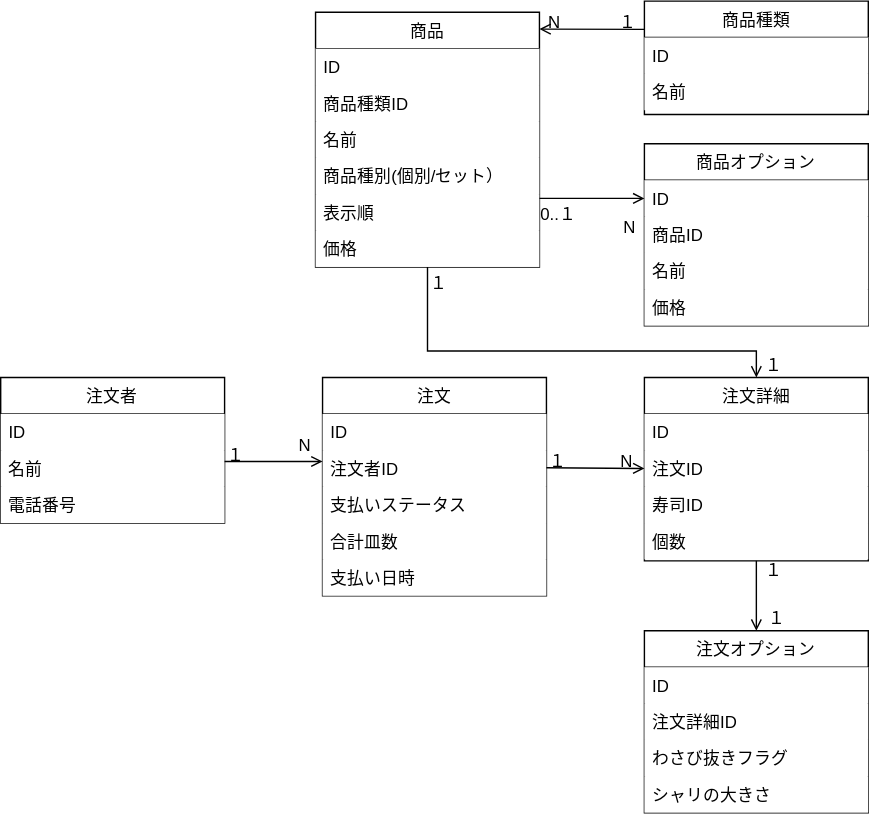
This is DBModel1/課題2.svg from shun57/praha-challenge-task, a draw.io export, as it was before one commit. Source tidied: cells renumbered, new cells last; positions are measured from the earlier drawing's top-left corner, leaving out a move shared by most shapes.
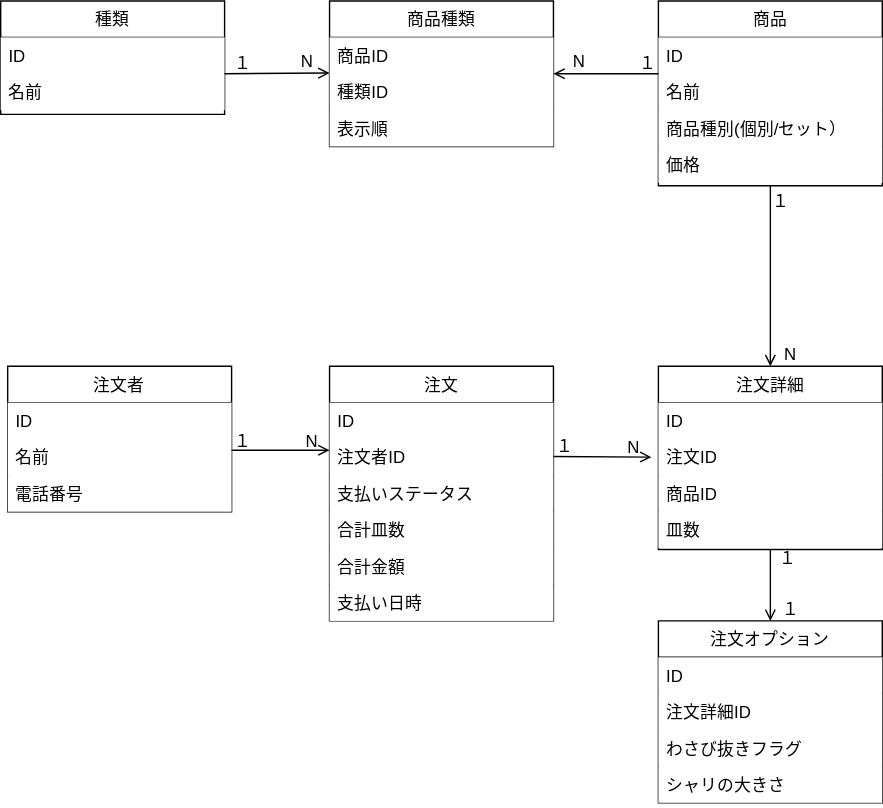
The same file after the commit.

The edit, as a diff of the source:
```diff
@@ -3,7 +3,7 @@
     <mxCell id="0" />
     <mxCell id="1" parent="0" />
     <mxCell id="2" value="注文" style="swimlane;fontStyle=0;align=center;verticalAlign=top;horizontal=1;startSize=26;rounded=0;shadow=0;strokeWidth=1;" parent="1" vertex="1">
-      <mxGeometry x="230" y="269" width="160" height="156" as="geometry" />
+      <mxGeometry x="230" y="269" width="160" height="182" as="geometry" />
     </mxCell>
     <mxCell id="3" value="ID&#10;" style="text;align=left;verticalAlign=top;spacingLeft=4;spacingRight=4;overflow=hidden;fillColor=default;" parent="2" vertex="1">
       <mxGeometry y="26" width="160" height="26" as="geometry" />
@@ -17,32 +17,29 @@
     <mxCell id="6" value="合計皿数&#10;" style="text;align=left;verticalAlign=top;spacingLeft=4;spacingRight=4;overflow=hidden;fillColor=default;" parent="2" vertex="1">
       <mxGeometry y="104" width="160" height="26" as="geometry" />
     </mxCell>
+    <mxCell id="55" value="合計金額" style="text;align=left;verticalAlign=top;spacingLeft=4;spacingRight=4;overflow=hidden;fillColor=default;" parent="2" vertex="1">
+      <mxGeometry y="130" width="160" height="26" as="geometry" />
+    </mxCell>
     <mxCell id="7" value="支払い日時&#10;" style="text;align=left;verticalAlign=top;spacingLeft=4;spacingRight=4;overflow=hidden;fillColor=default;" parent="2" vertex="1">
-      <mxGeometry y="130" width="160" height="26" as="geometry" />
+      <mxGeometry y="156" width="160" height="26" as="geometry" />
     </mxCell>
     <mxCell id="8" value="商品" style="swimlane;fontStyle=0;align=center;verticalAlign=top;horizontal=1;startSize=26;rounded=0;shadow=0;strokeWidth=1;" parent="1" vertex="1">
-      <mxGeometry x="225" y="8" width="160" height="182" as="geometry" />
+      <mxGeometry x="465" y="8" width="160" height="132" as="geometry" />
     </mxCell>
     <mxCell id="9" value="ID&#10;" style="text;align=left;verticalAlign=top;spacingLeft=4;spacingRight=4;overflow=hidden;fillColor=default;" parent="8" vertex="1">
       <mxGeometry y="26" width="160" height="26" as="geometry" />
     </mxCell>
-    <mxCell id="10" value="商品種類ID&#10;" style="text;align=left;verticalAlign=top;spacingLeft=4;spacingRight=4;overflow=hidden;fillColor=default;" parent="8" vertex="1">
-      <mxGeometry y="52" width="160" height="26" as="geometry" />
-    </mxCell>
     <mxCell id="11" value="名前" style="text;align=left;verticalAlign=top;spacingLeft=4;spacingRight=4;overflow=hidden;rounded=0;shadow=0;html=0;fillColor=default;" parent="8" vertex="1">
-      <mxGeometry y="78" width="160" height="26" as="geometry" />
+      <mxGeometry y="52" width="160" height="26" as="geometry" />
     </mxCell>
     <mxCell id="12" value="商品種別(個別/セット）" style="text;align=left;verticalAlign=top;spacingLeft=4;spacingRight=4;overflow=hidden;rounded=0;shadow=0;html=0;fillColor=default;" parent="8" vertex="1">
-      <mxGeometry y="104" width="160" height="26" as="geometry" />
+      <mxGeometry y="78" width="160" height="26" as="geometry" />
     </mxCell>
-    <mxCell id="13" value="表示順" style="text;align=left;verticalAlign=top;spacingLeft=4;spacingRight=4;overflow=hidden;rounded=0;shadow=0;html=0;fillColor=default;" parent="8" vertex="1">
-      <mxGeometry y="130" width="160" height="26" as="geometry" />
-    </mxCell>
     <mxCell id="14" value="価格" style="text;align=left;verticalAlign=top;spacingLeft=4;spacingRight=4;overflow=hidden;rounded=0;shadow=0;html=0;fillColor=default;" parent="8" vertex="1">
-      <mxGeometry y="156" width="160" height="26" as="geometry" />
+      <mxGeometry y="104" width="160" height="26" as="geometry" />
     </mxCell>
-    <mxCell id="15" value="商品種類" style="swimlane;fontStyle=0;align=center;verticalAlign=top;horizontal=1;startSize=26;rounded=0;shadow=0;strokeWidth=1;fillColor=default;" parent="1" vertex="1">
-      <mxGeometry x="460" width="160" height="81" as="geometry" />
+    <mxCell id="15" value="種類" style="swimlane;fontStyle=0;align=center;verticalAlign=top;horizontal=1;startSize=26;rounded=0;shadow=0;strokeWidth=1;fillColor=default;" parent="1" vertex="1">
+      <mxGeometry x="-5" y="8" width="160" height="81" as="geometry" />
     </mxCell>
     <mxCell id="16" value="ID" style="text;align=left;verticalAlign=top;spacingLeft=4;spacingRight=4;overflow=hidden;fillColor=default;" parent="15" vertex="1">
       <mxGeometry y="26" width="160" height="26" as="geometry" />
@@ -50,23 +47,8 @@
     <mxCell id="17" value="名前" style="text;align=left;verticalAlign=top;spacingLeft=4;spacingRight=4;overflow=hidden;fillColor=default;" parent="15" vertex="1">
       <mxGeometry y="52" width="160" height="26" as="geometry" />
     </mxCell>
-    <mxCell id="18" value="商品オプション" style="swimlane;fontStyle=0;align=center;verticalAlign=top;horizontal=1;startSize=26;rounded=0;shadow=0;strokeWidth=1;" parent="1" vertex="1">
-      <mxGeometry x="460" y="102" width="160" height="130" as="geometry" />
-    </mxCell>
-    <mxCell id="19" value="ID" style="text;align=left;verticalAlign=top;spacingLeft=4;spacingRight=4;overflow=hidden;points=[[0,0.5],[1,0.5]];portConstraint=eastwest;fillColor=default;" parent="18" vertex="1">
-      <mxGeometry y="26" width="160" height="26" as="geometry" />
-    </mxCell>
-    <mxCell id="20" value="商品ID" style="text;align=left;verticalAlign=top;spacingLeft=4;spacingRight=4;overflow=hidden;fillColor=default;" parent="18" vertex="1">
-      <mxGeometry y="52" width="160" height="26" as="geometry" />
-    </mxCell>
-    <mxCell id="21" value="名前" style="text;align=left;verticalAlign=top;spacingLeft=4;spacingRight=4;overflow=hidden;fillColor=default;" parent="18" vertex="1">
-      <mxGeometry y="78" width="160" height="26" as="geometry" />
-    </mxCell>
-    <mxCell id="22" value="価格" style="text;align=left;verticalAlign=top;spacingLeft=4;spacingRight=4;overflow=hidden;fillColor=default;" parent="18" vertex="1">
-      <mxGeometry y="104" width="160" height="26" as="geometry" />
-    </mxCell>
     <mxCell id="23" value="注文詳細" style="swimlane;fontStyle=0;align=center;verticalAlign=top;horizontal=1;startSize=26;rounded=0;shadow=0;strokeWidth=1;" parent="1" vertex="1">
-      <mxGeometry x="460" y="269" width="160" height="131" as="geometry" />
+      <mxGeometry x="465" y="269" width="160" height="131" as="geometry" />
     </mxCell>
     <mxCell id="24" value="ID&#10;" style="text;align=left;verticalAlign=top;spacingLeft=4;spacingRight=4;overflow=hidden;fillColor=default;" parent="23" vertex="1">
       <mxGeometry y="26" width="160" height="26" as="geometry" />
@@ -74,10 +56,10 @@
     <mxCell id="25" value="注文ID&#10;" style="text;align=left;verticalAlign=top;spacingLeft=4;spacingRight=4;overflow=hidden;fillColor=default;" parent="23" vertex="1">
       <mxGeometry y="52" width="160" height="26" as="geometry" />
     </mxCell>
-    <mxCell id="26" value="寿司ID&#10;" style="text;align=left;verticalAlign=top;spacingLeft=4;spacingRight=4;overflow=hidden;fillColor=default;" parent="23" vertex="1">
+    <mxCell id="26" value="商品ID&#10;" style="text;align=left;verticalAlign=top;spacingLeft=4;spacingRight=4;overflow=hidden;fillColor=default;" parent="23" vertex="1">
       <mxGeometry y="78" width="160" height="26" as="geometry" />
     </mxCell>
-    <mxCell id="27" value="個数&#10;" style="text;align=left;verticalAlign=top;spacingLeft=4;spacingRight=4;overflow=hidden;fillColor=default;" parent="23" vertex="1">
+    <mxCell id="27" value="皿数&#10;" style="text;align=left;verticalAlign=top;spacingLeft=4;spacingRight=4;overflow=hidden;fillColor=default;" parent="23" vertex="1">
       <mxGeometry y="104" width="160" height="26" as="geometry" />
     </mxCell>
     <mxCell id="28" value="注文者" style="swimlane;fontStyle=0;align=center;verticalAlign=top;horizontal=1;startSize=26;rounded=0;shadow=0;strokeWidth=1;" parent="1" vertex="1">
@@ -101,12 +83,12 @@
     </mxCell>
     <mxCell id="33" value="１" style="align=left;verticalAlign=bottom;labelBackgroundColor=none;fontSize=12;" parent="32" vertex="1">
       <mxGeometry x="-1" relative="1" as="geometry">
-        <mxPoint y="4" as="offset" />
+        <mxPoint y="2" as="offset" />
       </mxGeometry>
     </mxCell>
     <mxCell id="34" value="N&#10;" style="align=right;verticalAlign=bottom;labelBackgroundColor=none;fontSize=12;" parent="32" vertex="1">
       <mxGeometry x="1" relative="1" as="geometry">
-        <mxPoint x="-7" y="11" as="offset" />
+        <mxPoint x="-7" y="16" as="offset" />
       </mxGeometry>
     </mxCell>
     <mxCell id="35" style="endArrow=open;shadow=0;strokeWidth=1;rounded=0;endFill=1;edgeStyle=elbowEdgeStyle;elbow=vertical;" parent="1" edge="1">
@@ -118,20 +100,16 @@
     </mxCell>
     <mxCell id="36" value="１" style="align=left;verticalAlign=bottom;labelBackgroundColor=none;fontSize=12;" parent="35" vertex="1">
       <mxGeometry x="-1" relative="1" as="geometry">
-        <mxPoint y="4" as="offset" />
+        <mxPoint y="1" as="offset" />
       </mxGeometry>
     </mxCell>
     <mxCell id="37" value="N" style="align=right;verticalAlign=bottom;labelBackgroundColor=none;fontSize=12;" parent="35" vertex="1">
       <mxGeometry x="1" relative="1" as="geometry">
-        <mxPoint x="-7" y="4" as="offset" />
+        <mxPoint x="-7" y="2" as="offset" />
       </mxGeometry>
     </mxCell>
-    <mxCell id="38" style="endArrow=open;shadow=0;strokeWidth=1;rounded=0;endFill=1;edgeStyle=elbowEdgeStyle;elbow=vertical;exitX=0.5;exitY=1;exitDx=0;exitDy=0;" parent="1" edge="1" source="8">
+    <mxCell id="38" style="endArrow=open;shadow=0;strokeWidth=1;rounded=0;endFill=1;edgeStyle=elbowEdgeStyle;elbow=vertical;exitX=0.5;exitY=1;exitDx=0;exitDy=0;entryX=0.5;entryY=0;entryDx=0;entryDy=0;" parent="1" edge="1" source="8" target="23">
       <mxGeometry x="0.5" y="41" relative="1" as="geometry">
-        <mxPoint x="540" y="269" as="targetPoint" />
-        <Array as="points">
-          <mxPoint x="425" y="250" />
-        </Array>
         <mxPoint x="-40" y="32" as="offset" />
       </mxGeometry>
     </mxCell>
@@ -140,19 +118,24 @@
         <mxPoint y="20" as="offset" />
       </mxGeometry>
     </mxCell>
-    <mxCell id="40" value="１" style="align=right;verticalAlign=bottom;labelBackgroundColor=none;fontSize=12;" parent="38" vertex="1">
+    <mxCell id="40" value="N" style="align=right;verticalAlign=bottom;labelBackgroundColor=none;fontSize=12;" parent="38" vertex="1">
       <mxGeometry x="1" relative="1" as="geometry">
         <mxPoint x="20" as="offset" />
       </mxGeometry>
     </mxCell>
-    <mxCell id="41" style="endArrow=open;shadow=0;strokeWidth=1;rounded=0;endFill=1;edgeStyle=elbowEdgeStyle;elbow=vertical;exitX=0;exitY=0.25;exitDx=0;exitDy=0;" parent="1" edge="1" source="15" target="8">
+    <mxCell id="41" style="endArrow=open;shadow=0;strokeWidth=1;rounded=0;endFill=1;edgeStyle=elbowEdgeStyle;elbow=vertical;" parent="1" edge="1">
       <mxGeometry x="0.5" y="41" relative="1" as="geometry">
+        <mxPoint x="155" y="60" as="sourcePoint" />
+        <mxPoint x="230" y="59.5" as="targetPoint" />
+        <Array as="points">
+          <mxPoint x="190" y="59.5" />
+        </Array>
         <mxPoint x="-40" y="32" as="offset" />
       </mxGeometry>
     </mxCell>
     <mxCell id="42" value="１" style="align=left;verticalAlign=bottom;labelBackgroundColor=none;fontSize=12;" parent="41" vertex="1">
       <mxGeometry x="-1" relative="1" as="geometry">
-        <mxPoint x="-20" y="4" as="offset" />
+        <mxPoint x="5" y="1" as="offset" />
       </mxGeometry>
     </mxCell>
     <mxCell id="43" value="N" style="align=right;verticalAlign=bottom;labelBackgroundColor=none;fontSize=12;" parent="41" vertex="1">
@@ -160,27 +143,8 @@
         <mxPoint x="16" y="4" as="offset" />
       </mxGeometry>
     </mxCell>
-    <mxCell id="44" style="endArrow=open;shadow=0;strokeWidth=1;rounded=0;endFill=1;edgeStyle=elbowEdgeStyle;elbow=vertical;entryX=0;entryY=0.5;entryDx=0;entryDy=0;" parent="1" edge="1" target="19">
-      <mxGeometry x="0.5" y="41" relative="1" as="geometry">
-        <mxPoint x="385" y="141" as="sourcePoint" />
-        <Array as="points">
-          <mxPoint x="425" y="141" />
-        </Array>
-        <mxPoint x="-40" y="32" as="offset" />
-      </mxGeometry>
-    </mxCell>
-    <mxCell id="45" value="0..１" style="align=left;verticalAlign=bottom;labelBackgroundColor=none;fontSize=12;" parent="44" vertex="1">
-      <mxGeometry x="-1" relative="1" as="geometry">
-        <mxPoint x="-1" y="20" as="offset" />
-      </mxGeometry>
-    </mxCell>
-    <mxCell id="46" value="N" style="align=right;verticalAlign=bottom;labelBackgroundColor=none;fontSize=12;" parent="44" vertex="1">
-      <mxGeometry x="1" relative="1" as="geometry">
-        <mxPoint x="-5" y="29" as="offset" />
-      </mxGeometry>
-    </mxCell>
     <mxCell id="47" value="注文オプション" style="swimlane;fontStyle=0;align=center;verticalAlign=top;horizontal=1;startSize=26;rounded=0;shadow=0;strokeWidth=1;" parent="1" vertex="1">
-      <mxGeometry x="460" y="450" width="160" height="130" as="geometry" />
+      <mxGeometry x="465" y="451" width="160" height="130" as="geometry" />
     </mxCell>
     <mxCell id="48" value="ID&#10;" style="text;align=left;verticalAlign=top;spacingLeft=4;spacingRight=4;overflow=hidden;fillColor=default;" parent="47" vertex="1">
       <mxGeometry y="26" width="160" height="26" as="geometry" />
@@ -212,5 +176,40 @@
         <mxPoint x="22" as="offset" />
       </mxGeometry>
     </mxCell>
+    <mxCell id="56" value="商品種類" style="swimlane;fontStyle=0;align=center;verticalAlign=top;horizontal=1;startSize=26;rounded=0;shadow=0;strokeWidth=1;fillColor=default;" parent="1" vertex="1">
+      <mxGeometry x="230" y="8" width="160" height="104" as="geometry" />
+    </mxCell>
+    <mxCell id="20" value="商品ID" style="text;align=left;verticalAlign=top;spacingLeft=4;spacingRight=4;overflow=hidden;fillColor=default;" parent="56" vertex="1">
+      <mxGeometry y="26" width="160" height="26" as="geometry" />
+    </mxCell>
+    <mxCell id="57" value="種類ID" style="text;align=left;verticalAlign=top;spacingLeft=4;spacingRight=4;overflow=hidden;fillColor=default;" parent="56" vertex="1">
+      <mxGeometry y="52" width="160" height="26" as="geometry" />
+    </mxCell>
+    <mxCell id="13" value="表示順" style="text;align=left;verticalAlign=top;spacingLeft=4;spacingRight=4;overflow=hidden;fillColor=default;" parent="56" vertex="1">
+      <mxGeometry y="78" width="160" height="26" as="geometry" />
+    </mxCell>
+    <mxCell id="58" value="N" style="align=left;verticalAlign=bottom;labelBackgroundColor=none;fontSize=12;" parent="1" vertex="1">
+      <mxGeometry x="208" y="60" as="geometry" />
+    </mxCell>
+    <mxCell id="59" style="endArrow=open;shadow=0;strokeWidth=1;rounded=0;endFill=1;edgeStyle=elbowEdgeStyle;elbow=vertical;" parent="1" edge="1">
+      <mxGeometry x="0.5" y="41" relative="1" as="geometry">
+        <mxPoint x="465" y="60" as="sourcePoint" />
+        <mxPoint x="390" y="60" as="targetPoint" />
+        <Array as="points">
+          <mxPoint x="415" y="60" />
+        </Array>
+        <mxPoint x="-40" y="32" as="offset" />
+      </mxGeometry>
+    </mxCell>
+    <mxCell id="60" value="１" style="align=left;verticalAlign=bottom;labelBackgroundColor=none;fontSize=12;" parent="59" vertex="1">
+      <mxGeometry x="-1" relative="1" as="geometry">
+        <mxPoint x="-15" y="1" as="offset" />
+      </mxGeometry>
+    </mxCell>
+    <mxCell id="46" value="N" style="align=right;verticalAlign=bottom;labelBackgroundColor=none;fontSize=12;" parent="59" vertex="1">
+      <mxGeometry x="1" relative="1" as="geometry">
+        <mxPoint x="24" as="offset" />
+      </mxGeometry>
+    </mxCell>
   </root>
 </mxGraphModel>
```
